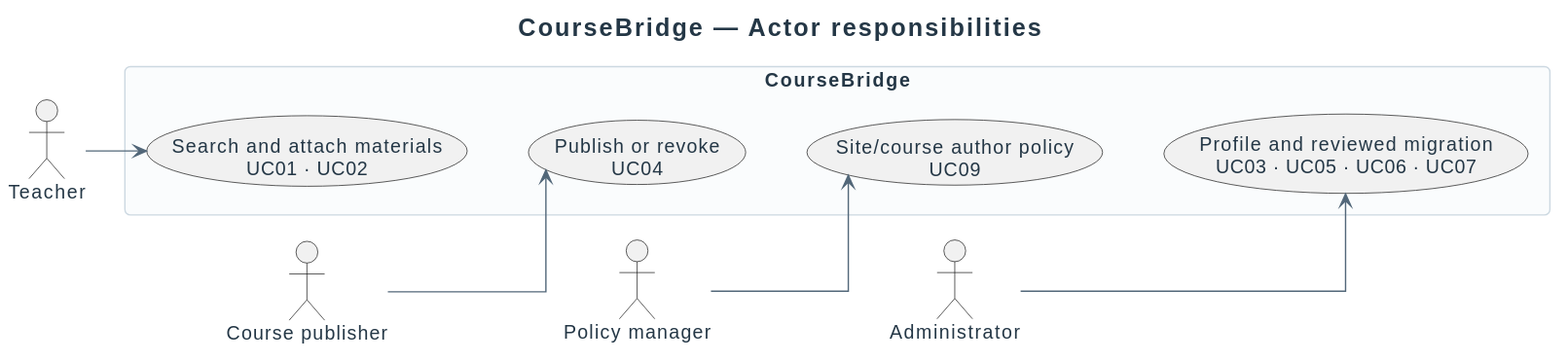
Above: docs/diagrams/requirements/actors-and-use-cases.svg in didactika/moodle-local_coursefiles (PlantUML), before the change.
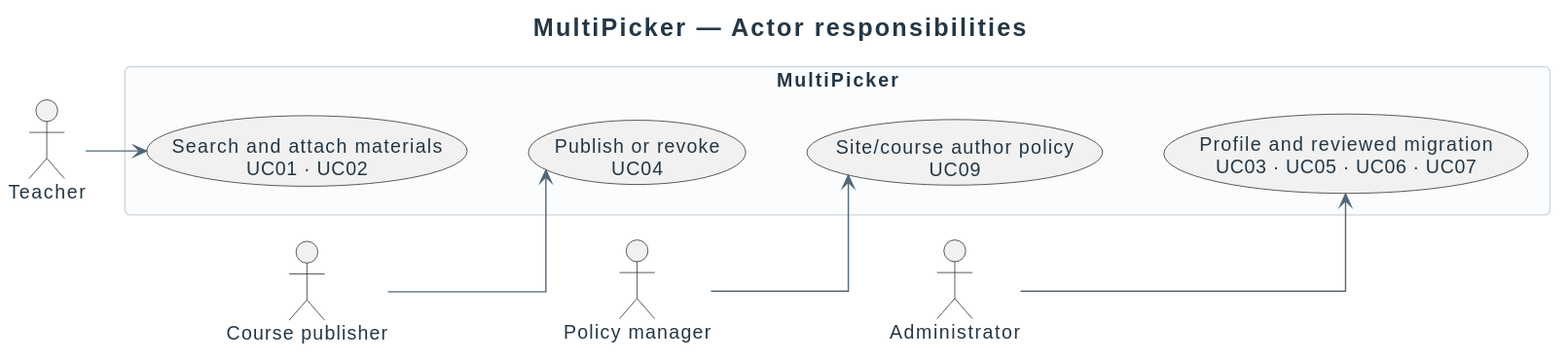
After the change.

The edit, as a diff of the source:
```diff
@@ -1,12 +1,12 @@
 @startuml
 !include ../_style.puml
-title CourseBridge — Actor responsibilities
+title MultiPicker — Actor responsibilities
 left to right direction
 actor Teacher
 actor "Course publisher" as Publisher
 actor "Policy manager" as Manager
 actor Administrator
-rectangle CourseBridge {
+rectangle MultiPicker {
   usecase "Search and attach materials\nUC01 · UC02" as Reuse
   usecase "Publish or revoke\nUC04" as Publish
   usecase "Site/course author policy\nUC09" as Policy
```
